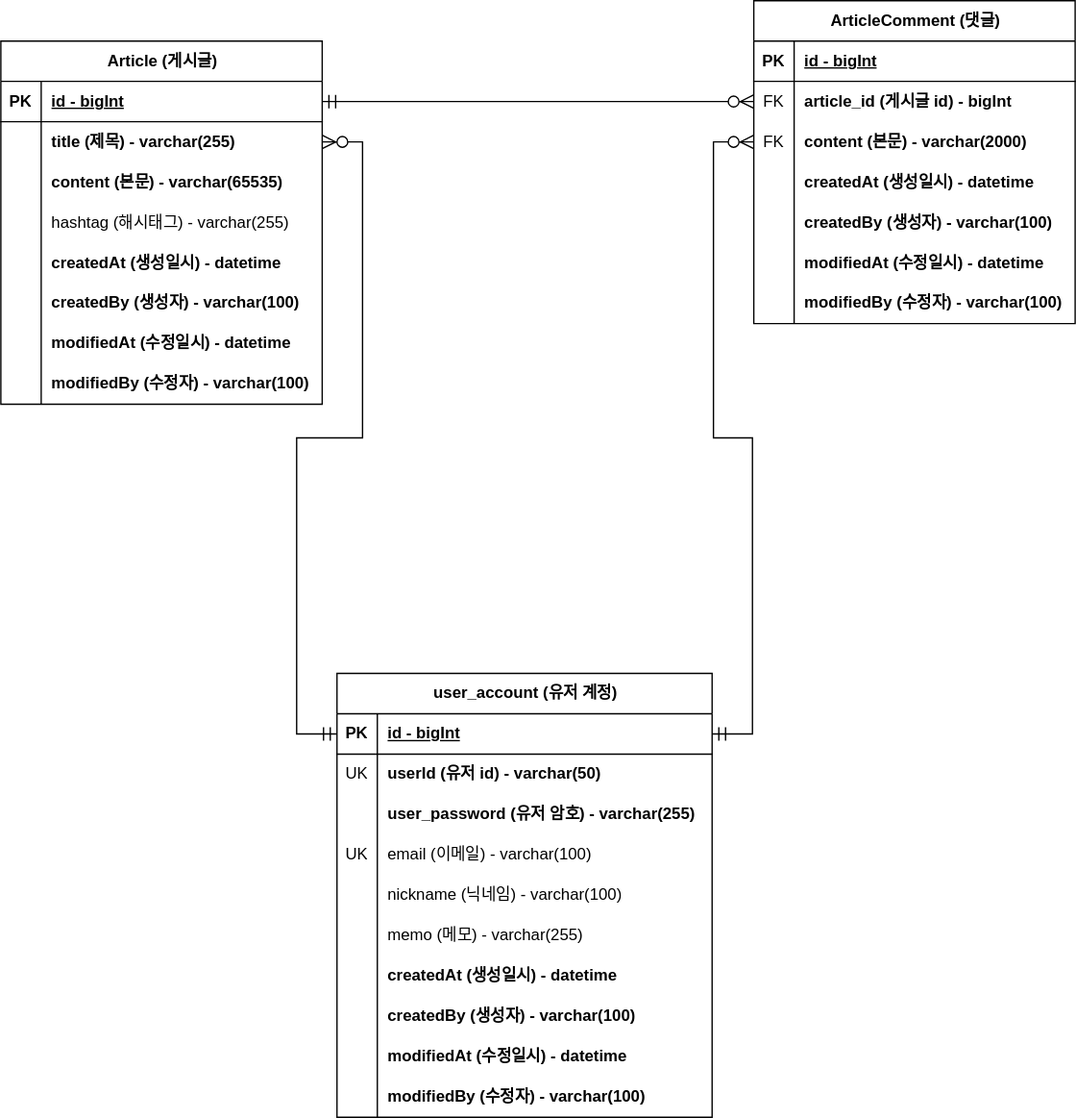
The draw.io diagram document/erd.svg in laphayen/project-board, before a commit. Source tidied: cells renumbered, new cells last; positions are measured from the earlier drawing's top-left corner, leaving out a move shared by most shapes.
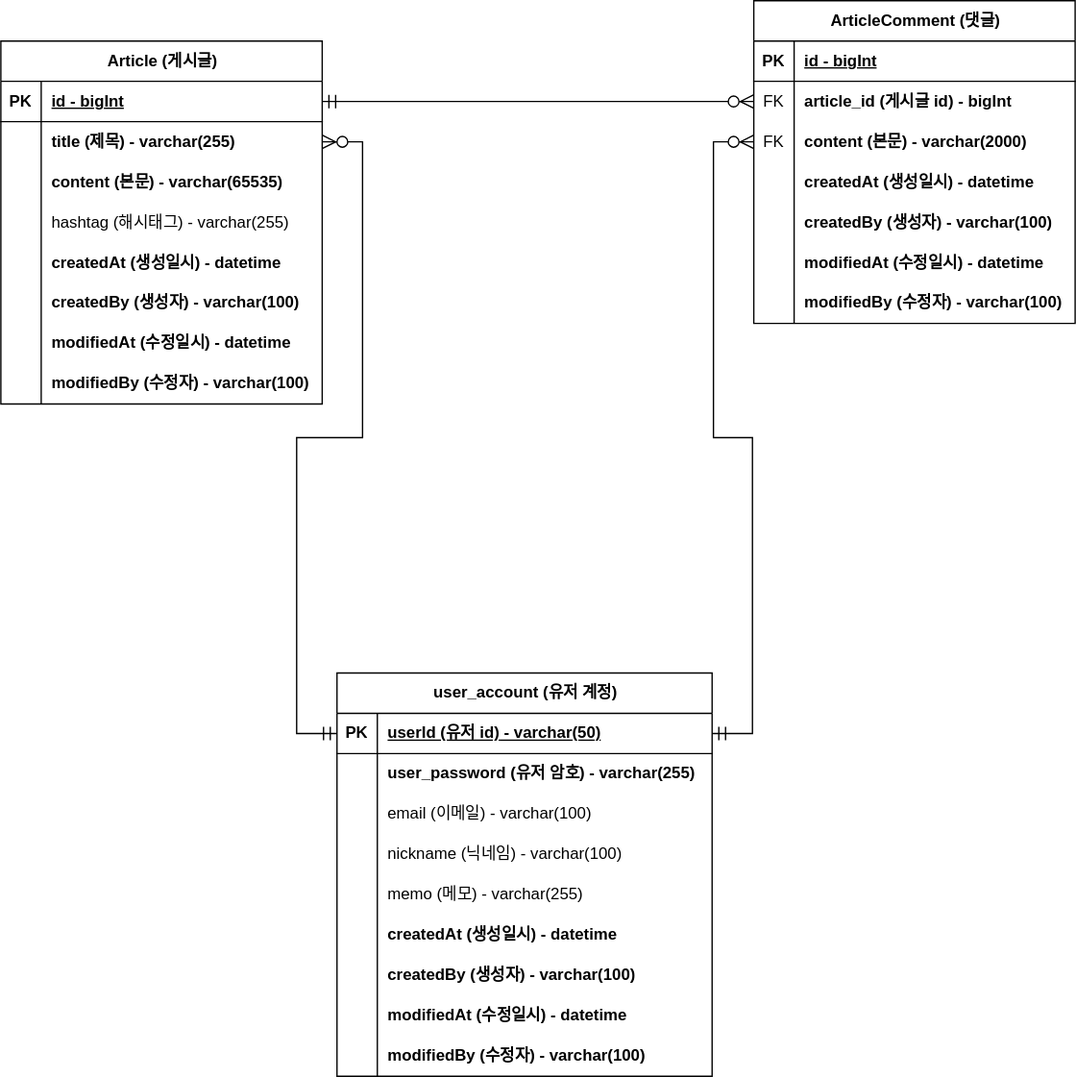
After the commit.

Commit message:
#40 - Change user_id in the user account to be the primary key: Update erd.svg

Diff of the diagram source:
```diff
@@ -147,7 +147,7 @@
       <mxGeometry relative="1" as="geometry" />
     </mxCell>
     <mxCell id="50" value="user_account (유저 계정)" style="shape=table;startSize=30;rowLines=0;fontStyle=1;align=center;html=1;" parent="1" vertex="1">
-      <mxGeometry x="250" y="500" width="279" height="330" as="geometry" />
+      <mxGeometry x="250" y="500" width="279" height="300" as="geometry" />
     </mxCell>
     <mxCell id="51" style="shape=tableRow;horizontal=0;startSize=0;swimlaneHead=0;swimlaneBody=0;fillColor=none;points=[[0,0.5],[1,0.5]];portConstraint=eastwest;top=0;left=0;right=0;bottom=1;" parent="50" vertex="1">
       <mxGeometry y="30" width="279" height="30" as="geometry" />
@@ -155,20 +155,11 @@
     <mxCell id="52" value="PK" style="shape=partialRectangle;fillColor=none;top=0;left=0;bottom=0;right=0;fontStyle=1;overflow=hidden;whiteSpace=wrap;html=1;" parent="51" vertex="1">
       <mxGeometry width="30" height="30" as="geometry" />
     </mxCell>
-    <mxCell id="53" value="id - bigInt" style="shape=partialRectangle;fillColor=none;top=0;left=0;bottom=0;right=0;align=left;spacingLeft=6;fontStyle=5;overflow=hidden;whiteSpace=wrap;html=1;" parent="51" vertex="1">
+    <mxCell id="53" value="userId (유저 id) - varchar(50)" style="shape=partialRectangle;fillColor=none;top=0;left=0;bottom=0;right=0;align=left;spacingLeft=6;fontStyle=5;overflow=hidden;whiteSpace=wrap;html=1;" parent="51" vertex="1">
       <mxGeometry x="30" width="249" height="30" as="geometry" />
     </mxCell>
-    <mxCell id="54" style="shape=tableRow;horizontal=0;startSize=0;swimlaneHead=0;swimlaneBody=0;fillColor=none;top=0;left=0;right=0;bottom=0;" parent="50" vertex="1">
-      <mxGeometry y="60" width="279" height="30" as="geometry" />
-    </mxCell>
-    <mxCell id="55" value="UK" style="shape=partialRectangle;fillColor=none;top=0;left=0;bottom=0;right=0;overflow=hidden;whiteSpace=wrap;html=1;" parent="54" vertex="1">
-      <mxGeometry width="30" height="30" as="geometry" />
-    </mxCell>
-    <mxCell id="56" value="userId (유저 id) - varchar(50)" style="shape=partialRectangle;fillColor=none;top=0;left=0;bottom=0;right=0;align=left;spacingLeft=6;overflow=hidden;whiteSpace=wrap;html=1;fontStyle=1;" parent="54" vertex="1">
-      <mxGeometry x="30" width="249" height="30" as="geometry" />
-    </mxCell>
     <mxCell id="57" style="shape=tableRow;horizontal=0;startSize=0;swimlaneHead=0;swimlaneBody=0;fillColor=none;top=0;left=0;right=0;bottom=0;" parent="50" vertex="1">
-      <mxGeometry y="90" width="279" height="30" as="geometry" />
+      <mxGeometry y="60" width="279" height="30" as="geometry" />
     </mxCell>
     <mxCell id="58" style="shape=partialRectangle;fillColor=none;top=0;left=0;bottom=0;right=0;overflow=hidden;whiteSpace=wrap;html=1;" parent="57" vertex="1">
       <mxGeometry width="30" height="30" as="geometry" />
@@ -177,16 +168,16 @@
       <mxGeometry x="30" width="249" height="30" as="geometry" />
     </mxCell>
     <mxCell id="60" style="shape=tableRow;horizontal=0;startSize=0;swimlaneHead=0;swimlaneBody=0;fillColor=none;top=0;left=0;right=0;bottom=0;" parent="50" vertex="1">
-      <mxGeometry y="120" width="279" height="30" as="geometry" />
+      <mxGeometry y="90" width="279" height="30" as="geometry" />
     </mxCell>
-    <mxCell id="61" value="UK" style="shape=partialRectangle;fillColor=none;top=0;left=0;bottom=0;right=0;overflow=hidden;whiteSpace=wrap;html=1;" parent="60" vertex="1">
+    <mxCell id="61" style="shape=partialRectangle;fillColor=none;top=0;left=0;bottom=0;right=0;overflow=hidden;whiteSpace=wrap;html=1;" parent="60" vertex="1">
       <mxGeometry width="30" height="30" as="geometry" />
     </mxCell>
     <mxCell id="62" value="&lt;span style=&quot;font-weight: 400;&quot;&gt;email (이메일) - varchar(100)&lt;/span&gt;" style="shape=partialRectangle;fillColor=none;top=0;left=0;bottom=0;right=0;align=left;spacingLeft=6;overflow=hidden;whiteSpace=wrap;html=1;fontStyle=1;" parent="60" vertex="1">
       <mxGeometry x="30" width="249" height="30" as="geometry" />
     </mxCell>
     <mxCell id="63" style="shape=tableRow;horizontal=0;startSize=0;swimlaneHead=0;swimlaneBody=0;fillColor=none;top=0;left=0;right=0;bottom=0;" parent="50" vertex="1">
-      <mxGeometry y="150" width="279" height="30" as="geometry" />
+      <mxGeometry y="120" width="279" height="30" as="geometry" />
     </mxCell>
     <mxCell id="64" style="shape=partialRectangle;fillColor=none;top=0;left=0;bottom=0;right=0;overflow=hidden;whiteSpace=wrap;html=1;" parent="63" vertex="1">
       <mxGeometry width="30" height="30" as="geometry" />
@@ -195,7 +186,7 @@
       <mxGeometry x="30" width="249" height="30" as="geometry" />
     </mxCell>
     <mxCell id="66" style="shape=tableRow;horizontal=0;startSize=0;swimlaneHead=0;swimlaneBody=0;fillColor=none;top=0;left=0;right=0;bottom=0;" parent="50" vertex="1">
-      <mxGeometry y="180" width="279" height="30" as="geometry" />
+      <mxGeometry y="150" width="279" height="30" as="geometry" />
     </mxCell>
     <mxCell id="67" style="shape=partialRectangle;fillColor=none;top=0;left=0;bottom=0;right=0;overflow=hidden;whiteSpace=wrap;html=1;" parent="66" vertex="1">
       <mxGeometry width="30" height="30" as="geometry" />
@@ -204,7 +195,7 @@
       <mxGeometry x="30" width="249" height="30" as="geometry" />
     </mxCell>
     <mxCell id="69" style="shape=tableRow;horizontal=0;startSize=0;swimlaneHead=0;swimlaneBody=0;fillColor=none;top=0;left=0;right=0;bottom=0;" parent="50" vertex="1">
-      <mxGeometry y="210" width="279" height="30" as="geometry" />
+      <mxGeometry y="180" width="279" height="30" as="geometry" />
     </mxCell>
     <mxCell id="70" style="shape=partialRectangle;fillColor=none;top=0;left=0;bottom=0;right=0;overflow=hidden;whiteSpace=wrap;html=1;" parent="69" vertex="1">
       <mxGeometry width="30" height="30" as="geometry" />
@@ -213,7 +204,7 @@
       <mxGeometry x="30" width="249" height="30" as="geometry" />
     </mxCell>
     <mxCell id="72" style="shape=tableRow;horizontal=0;startSize=0;swimlaneHead=0;swimlaneBody=0;fillColor=none;top=0;left=0;right=0;bottom=0;" parent="50" vertex="1">
-      <mxGeometry y="240" width="279" height="30" as="geometry" />
+      <mxGeometry y="210" width="279" height="30" as="geometry" />
     </mxCell>
     <mxCell id="73" style="shape=partialRectangle;fillColor=none;top=0;left=0;bottom=0;right=0;overflow=hidden;whiteSpace=wrap;html=1;" parent="72" vertex="1">
       <mxGeometry width="30" height="30" as="geometry" />
@@ -222,7 +213,7 @@
       <mxGeometry x="30" width="249" height="30" as="geometry" />
     </mxCell>
     <mxCell id="75" style="shape=tableRow;horizontal=0;startSize=0;swimlaneHead=0;swimlaneBody=0;fillColor=none;top=0;left=0;right=0;bottom=0;" parent="50" vertex="1">
-      <mxGeometry y="270" width="279" height="30" as="geometry" />
+      <mxGeometry y="240" width="279" height="30" as="geometry" />
     </mxCell>
     <mxCell id="76" style="shape=partialRectangle;fillColor=none;top=0;left=0;bottom=0;right=0;overflow=hidden;whiteSpace=wrap;html=1;" parent="75" vertex="1">
       <mxGeometry width="30" height="30" as="geometry" />
@@ -231,7 +222,7 @@
       <mxGeometry x="30" width="249" height="30" as="geometry" />
     </mxCell>
     <mxCell id="78" style="shape=tableRow;horizontal=0;startSize=0;swimlaneHead=0;swimlaneBody=0;fillColor=none;top=0;left=0;right=0;bottom=0;" parent="50" vertex="1">
-      <mxGeometry y="300" width="279" height="30" as="geometry" />
+      <mxGeometry y="270" width="279" height="30" as="geometry" />
     </mxCell>
     <mxCell id="79" style="shape=partialRectangle;fillColor=none;top=0;left=0;bottom=0;right=0;overflow=hidden;whiteSpace=wrap;html=1;" parent="78" vertex="1">
       <mxGeometry width="30" height="30" as="geometry" />
```
